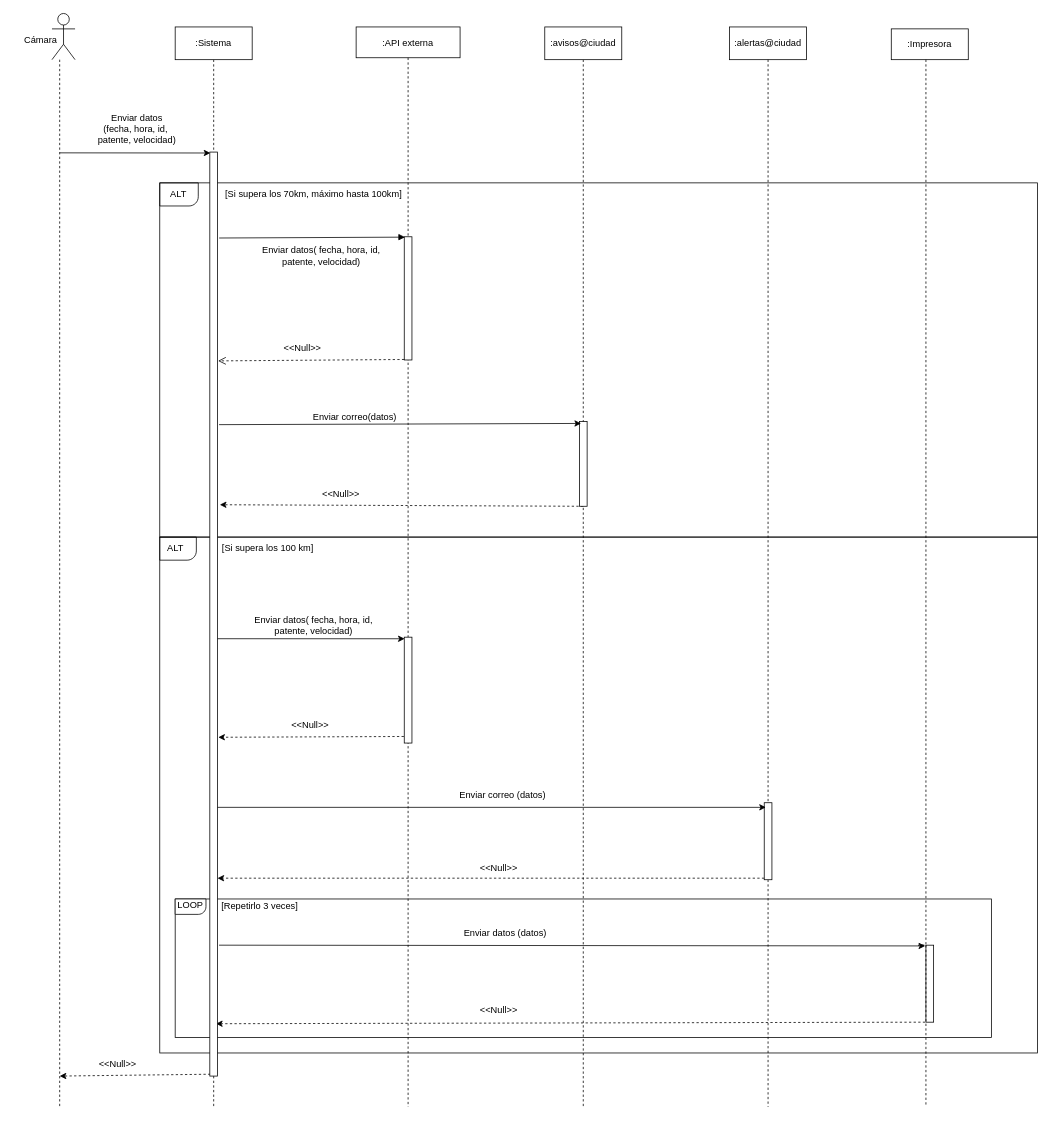
Before: diagrama/Diagrama sin título.drawio in Tomas123-alt/izo-isw1-tpds, a draw.io diagram. Source tidied: cells renumbered, new cells numbered last; positions are measured from the earlier drawing's top-left corner, leaving out a move shared by most shapes. Both pictures are drawn from the tidied source at 77%, with x=0, y=0 at pixel (13, 13).
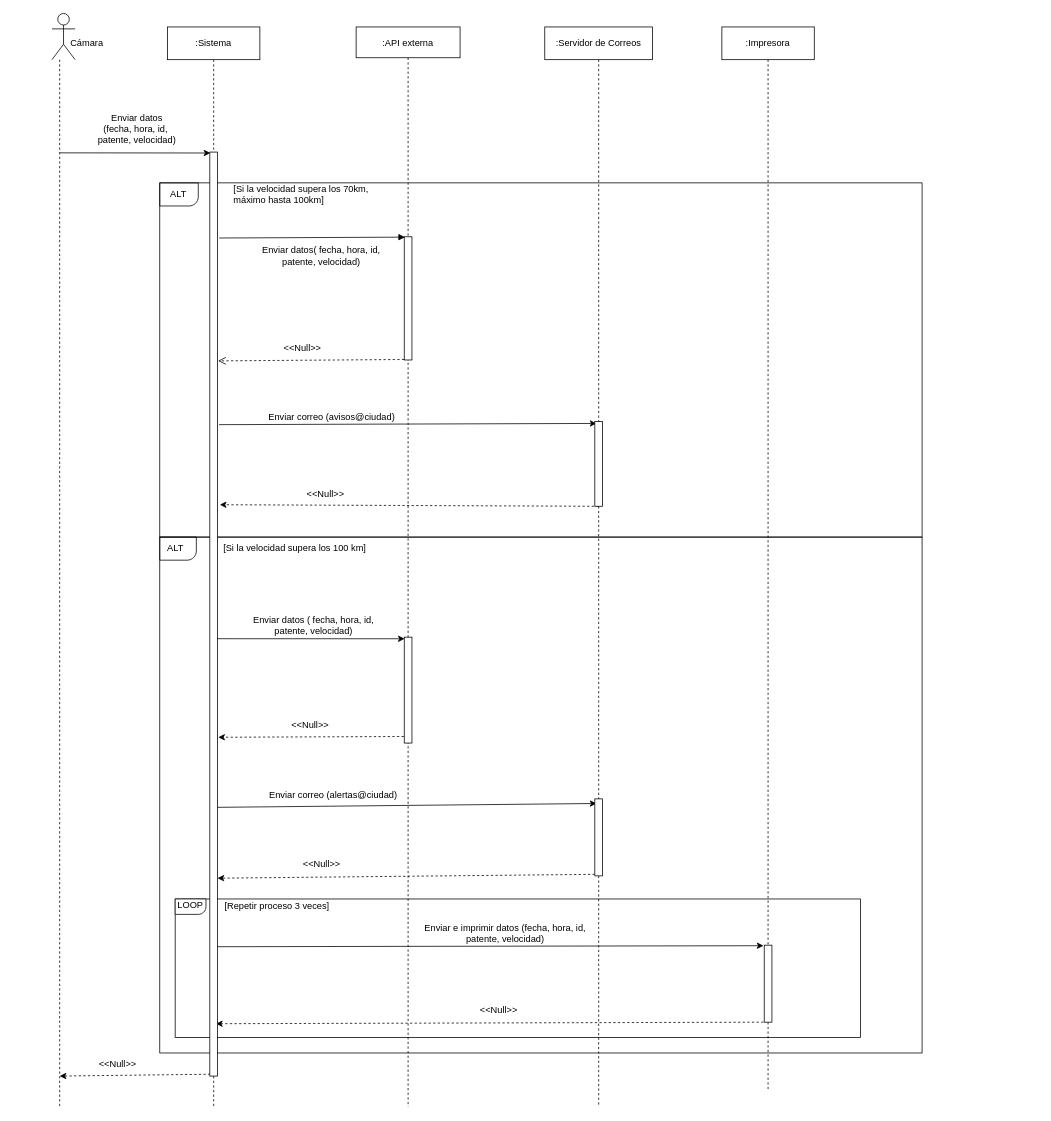
The same diagram, later.

Unchanged cells that the change refers to:
```xml
<mxCell id="2" value=":API externa" style="shape=umlLifeline;perimeter=lifelinePerimeter;rounded=0;shadow=0;strokeWidth=1;" parent="1" vertex="1">
  <mxGeometry x="445" y="17.5" width="135" height="1402.5" as="geometry" />
</mxCell>
<mxCell id="56" style="points=[];perimeter=orthogonalPerimeter;rounded=0;shadow=0;strokeWidth=1;" parent="1" vertex="1">
  <mxGeometry x="255" y="180" width="10" height="1200" as="geometry" />
</mxCell>
```

Change to the diagram source:
```diff
@@
-    <mxCell id="5" value="Enviar correo(datos)" style="text;html=1;align=center;verticalAlign=middle;strokeColor=none;fillColor=none;fontSize=12;" parent="2" vertex="1">
-      <mxGeometry x="-67.5" y="492.5" width="130" height="30" as="geometry" />
+    <mxCell id="5" value="Enviar correo (avisos@ciudad)" style="text;html=1;align=center;verticalAlign=middle;strokeColor=none;fillColor=none;fontSize=12;" parent="2" vertex="1">
+      <mxGeometry x="-127.5" y="492.5" width="190" height="30" as="geometry" />
     </mxCell>
@@
-    <mxCell id="10" style="rounded=0;whiteSpace=wrap;html=1;shadow=0;fontSize=12;fillColor=none;" parent="1" vertex="1">
-      <mxGeometry x="190" y="680" width="1140" height="670" as="geometry" />
-    </mxCell>
     <mxCell id="11" value="Cámara" style="text;html=1;align=center;verticalAlign=middle;strokeColor=none;fillColor=none;" parent="1" vertex="1">
-      <mxGeometry y="20" width="70" height="30" as="geometry" />
+      <mxGeometry x="60" y="23.8" width="70" height="30" as="geometry" />
     </mxCell>
@@
+    <mxCell id="10" style="rounded=0;whiteSpace=wrap;html=1;shadow=0;fontSize=12;fillColor=none;" parent="1" vertex="1">
+      <mxGeometry x="190" y="680" width="990" height="670" as="geometry" />
+    </mxCell>
-    <mxCell id="13" value="&lt;div style=&quot;text-align: left;&quot;&gt;[Si supera los 70km, máximo hasta 100km]&lt;/div&gt;" style="text;html=1;strokeColor=none;fillColor=none;align=center;verticalAlign=middle;whiteSpace=wrap;rounded=0;shadow=0;fontSize=12;" parent="1" vertex="1">
-      <mxGeometry x="255" y="220" width="270" height="30" as="geometry" />
+    <mxCell id="13" value="&lt;div style=&quot;text-align: left;&quot;&gt;[Si la velocidad supera los 70km, máximo hasta 100km]&lt;/div&gt;" style="text;html=1;strokeColor=none;fillColor=none;align=center;verticalAlign=middle;whiteSpace=wrap;rounded=0;shadow=0;fontSize=12;" parent="1" vertex="1">
+      <mxGeometry x="285" y="220" width="185" height="30" as="geometry" />
     </mxCell>
@@
-    <mxCell id="15" style="edgeStyle=orthogonalEdgeStyle;rounded=0;jettySize=auto;html=1;dashed=1;fontSize=12;endArrow=none;endFill=0;" parent="1" edge="1" source="17">
-      <mxGeometry relative="1" as="geometry">
-        <mxPoint x="740" y="1420" as="targetPoint" />
-      </mxGeometry>
-    </mxCell>
+    <mxCell id="58" style="edgeStyle=orthogonalEdgeStyle;rounded=0;jettySize=auto;html=1;dashed=1;endArrow=none;endFill=0;startArrow=none;" parent="1" edge="1" source="26">
+      <mxGeometry relative="1" as="geometry">
+        <mxPoint x="760" y="1420" as="targetPoint" />
+        <Array as="points">
+          <mxPoint x="760" y="1399" />
+        </Array>
+      </mxGeometry>
+    </mxCell>
+    <mxCell id="17" value=":Servidor de Correos" style="rounded=0;whiteSpace=wrap;html=1;arcSize=0;" parent="1" vertex="1">
+      <mxGeometry x="690" y="17.5" width="140" height="42.5" as="geometry" />
+    </mxCell>
     <mxCell id="16" style="rounded=0;whiteSpace=wrap;html=1;shadow=0;fontSize=12;fillColor=none;" parent="1" vertex="1">
-      <mxGeometry x="190" y="220" width="1140" height="460" as="geometry" />
+      <mxGeometry x="190" y="220" width="990" height="460" as="geometry" />
     </mxCell>
-    <mxCell id="17" value=":avisos@ciudad" style="rounded=0;whiteSpace=wrap;html=1;arcSize=0;" parent="1" vertex="1">
-      <mxGeometry x="690" y="17.5" width="100" height="42.5" as="geometry" />
-    </mxCell>
-    <mxCell id="18" style="edgeStyle=orthogonalEdgeStyle;rounded=0;jettySize=auto;html=1;exitX=0.5;exitY=1;exitDx=0;exitDy=0;dashed=1;fontSize=12;startArrow=none;endArrow=none;endFill=0;" parent="1" edge="1" source="26">
-      <mxGeometry relative="1" as="geometry">
-        <mxPoint x="980" y="1420" as="targetPoint" />
-      </mxGeometry>
-    </mxCell>
+    <mxCell id="59" style="edgeStyle=orthogonalEdgeStyle;rounded=0;jettySize=auto;html=1;dashed=1;endArrow=none;endFill=0;startArrow=none;" parent="1" edge="1" source="31">
+      <mxGeometry relative="1" as="geometry">
+        <mxPoint x="980" y="1399" as="targetPoint" />
+      </mxGeometry>
+    </mxCell>
-    <mxCell id="19" value=":alertas@ciudad" style="rounded=0;whiteSpace=wrap;html=1;arcSize=0;" parent="1" vertex="1">
-      <mxGeometry x="930" y="17.5" width="100" height="42.5" as="geometry" />
+    <mxCell id="19" value=":Impresora" style="rounded=0;whiteSpace=wrap;html=1;arcSize=0;" parent="1" vertex="1">
+      <mxGeometry x="920" y="17.5" width="120" height="42.5" as="geometry" />
     </mxCell>
-    <mxCell id="20" value=":Impresora" style="rounded=1;whiteSpace=wrap;html=1;arcSize=0;" parent="1" vertex="1">
-      <mxGeometry x="1140" y="20" width="100" height="40" as="geometry" />
-    </mxCell>
@@
-    <mxCell id="23" style="points=[];perimeter=orthogonalPerimeter;rounded=0;shadow=0;strokeWidth=1;" parent="1" vertex="1">
-      <mxGeometry x="735" y="530" width="10" height="110" as="geometry" />
-    </mxCell>
-    <mxCell id="24" value="Enviar datos( fecha, hora, id, patente, velocidad)" style="text;html=1;strokeColor=none;fillColor=none;align=center;verticalAlign=middle;whiteSpace=wrap;rounded=0;shadow=0;fontSize=12;" parent="1" vertex="1">
+    <mxCell id="24" value="Enviar datos ( fecha, hora, id, patente, velocidad)" style="text;html=1;strokeColor=none;fillColor=none;align=center;verticalAlign=middle;whiteSpace=wrap;rounded=0;shadow=0;fontSize=12;" parent="1" vertex="1">
       <mxGeometry x="310" y="780" width="160" height="30" as="geometry" />
     </mxCell>
@@
-    <mxCell id="26" style="points=[];perimeter=orthogonalPerimeter;rounded=0;shadow=0;strokeWidth=1;" parent="1" vertex="1">
-      <mxGeometry x="975" y="1025" width="10" height="100" as="geometry" />
-    </mxCell>
-    <mxCell id="27" style="edgeStyle=orthogonalEdgeStyle;rounded=0;jettySize=auto;html=1;exitX=0.5;exitY=1;exitDx=0;exitDy=0;dashed=1;fontSize=12;endArrow=none;" parent="1" edge="1" source="19" target="26">
-      <mxGeometry relative="1" as="geometry" />
-    </mxCell>
@@
-    <mxCell id="29" value="Enviar correo (datos)" style="text;html=1;align=center;verticalAlign=middle;strokeColor=none;fillColor=none;fontSize=12;" parent="1" vertex="1">
-      <mxGeometry x="565" y="1000" width="140" height="30" as="geometry" />
+    <mxCell id="29" value="Enviar correo (alertas@ciudad)" style="text;html=1;align=center;verticalAlign=middle;strokeColor=none;fillColor=none;fontSize=12;" parent="1" vertex="1">
+      <mxGeometry x="320" y="1000" width="190" height="30" as="geometry" />
     </mxCell>
     <mxCell id="30" value="&amp;lt;&amp;lt;Null&amp;gt;&amp;gt;" style="text;html=1;align=center;verticalAlign=middle;strokeColor=none;fillColor=none;fontSize=12;" parent="1" vertex="1">
-      <mxGeometry x="595" y="1095" width="70" height="30" as="geometry" />
+      <mxGeometry x="365" y="1090" width="70" height="30" as="geometry" />
     </mxCell>
-    <mxCell id="31" style="points=[];perimeter=orthogonalPerimeter;rounded=0;shadow=0;strokeWidth=1;" parent="1" vertex="1">
-      <mxGeometry x="1185" y="1210" width="10" height="100" as="geometry" />
-    </mxCell>
-    <mxCell id="32" style="edgeStyle=orthogonalEdgeStyle;rounded=0;orthogonalLoop=1;jettySize=auto;html=1;exitX=0.5;exitY=1;exitDx=0;exitDy=0;dashed=1;endArrow=none;endFill=0;" parent="1" edge="1">
-      <mxGeometry relative="1" as="geometry">
-        <mxPoint x="1185" y="60" as="sourcePoint" />
-        <mxPoint x="1185" y="1420" as="targetPoint" />
-        <Array as="points">
-          <mxPoint x="1175" y="1210" />
-          <mxPoint x="1175" y="1210" />
-        </Array>
-      </mxGeometry>
-    </mxCell>
@@
-    <mxCell id="34" style="rounded=0;whiteSpace=wrap;html=1;fontSize=12;fillColor=none;" parent="1" vertex="1">
-      <mxGeometry x="210" y="1150" width="1060" height="180" as="geometry" />
-    </mxCell>
-    <mxCell id="35" value="Enviar datos (datos)&amp;nbsp;" style="text;html=1;align=center;verticalAlign=middle;strokeColor=none;fillColor=none;fontSize=12;" parent="1" vertex="1">
-      <mxGeometry x="575" y="1180" width="130" height="30" as="geometry" />
+    <mxCell id="35" value="Enviar e imprimir datos (fecha, hora, id,&amp;nbsp;&lt;br&gt;patente, velocidad)&amp;nbsp;" style="text;html=1;align=center;verticalAlign=middle;strokeColor=none;fillColor=none;fontSize=12;" parent="1" vertex="1">
+      <mxGeometry x="520" y="1175" width="240" height="40" as="geometry" />
     </mxCell>
@@
+    <mxCell id="34" style="rounded=0;whiteSpace=wrap;html=1;fontSize=12;fillColor=none;" parent="1" vertex="1">
+      <mxGeometry x="210" y="1150" width="890" height="180" as="geometry" />
+    </mxCell>
     <mxCell id="37" value="&amp;lt;&amp;lt;Null&amp;gt;&amp;gt;" style="text;html=1;align=center;verticalAlign=middle;strokeColor=none;fillColor=none;fontSize=12;" parent="1" vertex="1">
-      <mxGeometry x="390" y="610" width="70" height="30" as="geometry" />
+      <mxGeometry x="370" y="610" width="70" height="30" as="geometry" />
     </mxCell>
@@
     <mxCell id="43" value=":Sistema" style="rounded=0;whiteSpace=wrap;html=1;arcSize=0;" parent="1" vertex="1">
-      <mxGeometry x="210" y="17.5" width="100" height="42.5" as="geometry" />
+      <mxGeometry x="200" y="17.5" width="120" height="42.5" as="geometry" />
     </mxCell>
@@
-    <mxCell id="45" style="endArrow=classic;html=1;rounded=0;fontSize=12;entryX=-0.1;entryY=0.01;entryDx=0;entryDy=0;entryPerimeter=0;exitX=1.2;exitY=0.214;exitDx=0;exitDy=0;exitPerimeter=0;" parent="1" edge="1" target="31">
-      <mxGeometry relative="1" as="geometry">
-        <mxPoint x="267" y="1210" as="sourcePoint" />
-      </mxGeometry>
-    </mxCell>
@@
-    <mxCell id="50" value="[Si supera los 100 km]" style="text;html=1;align=center;verticalAlign=middle;strokeColor=none;fillColor=none;fontSize=12;" parent="1" vertex="1">
-      <mxGeometry x="260" y="680" width="140" height="30" as="geometry" />
+    <mxCell id="50" value="[Si la velocidad supera los 100 km]" style="text;html=1;align=center;verticalAlign=middle;strokeColor=none;fillColor=none;fontSize=12;" parent="1" vertex="1">
+      <mxGeometry x="260" y="680" width="210" height="30" as="geometry" />
     </mxCell>
@@
-    <mxCell id="53" value="[Repetirlo 3 veces]" style="text;html=1;strokeColor=none;fillColor=none;align=center;verticalAlign=middle;whiteSpace=wrap;rounded=0;" parent="1" vertex="1">
-      <mxGeometry x="265" y="1145" width="110" height="30" as="geometry" />
+    <mxCell id="53" value="[Repetir proceso 3 veces]" style="text;html=1;strokeColor=none;fillColor=none;align=center;verticalAlign=middle;whiteSpace=wrap;rounded=0;" parent="1" vertex="1">
+      <mxGeometry x="265" y="1145" width="155" height="30" as="geometry" />
     </mxCell>
@@
+    <mxCell id="60" style="endArrow=classic;html=1;rounded=0;entryX=-0.1;entryY=0.007;entryDx=0;entryDy=0;entryPerimeter=0;exitX=1.027;exitY=0.86;exitDx=0;exitDy=0;exitPerimeter=0;" parent="1" edge="1" source="56" target="31">
+      <mxGeometry relative="1" as="geometry" />
+    </mxCell>
+    <mxCell id="26" style="points=[];perimeter=orthogonalPerimeter;rounded=0;shadow=0;strokeWidth=1;" parent="1" vertex="1">
+      <mxGeometry x="755" y="1020" width="10" height="100" as="geometry" />
+    </mxCell>
+    <mxCell id="61" style="edgeStyle=orthogonalEdgeStyle;rounded=0;jettySize=auto;html=1;dashed=1;endArrow=none;endFill=0;startArrow=none;" parent="1" edge="1" source="23" target="26">
+      <mxGeometry relative="1" as="geometry">
+        <Array as="points">
+          <mxPoint x="760" y="1070" />
+        </Array>
+      </mxGeometry>
+    </mxCell>
+    <mxCell id="23" style="points=[];perimeter=orthogonalPerimeter;rounded=0;shadow=0;strokeWidth=1;" parent="1" vertex="1">
+      <mxGeometry x="755" y="530" width="10" height="110" as="geometry" />
+    </mxCell>
+    <mxCell id="62" style="edgeStyle=orthogonalEdgeStyle;rounded=0;jettySize=auto;html=1;dashed=1;endArrow=none;endFill=0;" parent="1" edge="1" source="17" target="23">
+      <mxGeometry relative="1" as="geometry">
+        <Array as="points">
+          <mxPoint x="760" y="180" />
+          <mxPoint x="760" y="180" />
+        </Array>
+      </mxGeometry>
+    </mxCell>
+    <mxCell id="31" style="points=[];perimeter=orthogonalPerimeter;rounded=0;shadow=0;strokeWidth=1;" parent="1" vertex="1">
+      <mxGeometry x="975" y="1210" width="10" height="100" as="geometry" />
+    </mxCell>
+    <mxCell id="63" style="edgeStyle=orthogonalEdgeStyle;rounded=0;jettySize=auto;html=1;dashed=1;endArrow=none;endFill=0;" parent="1" edge="1" source="19" target="31">
+      <mxGeometry relative="1" as="geometry" />
+    </mxCell>
```
